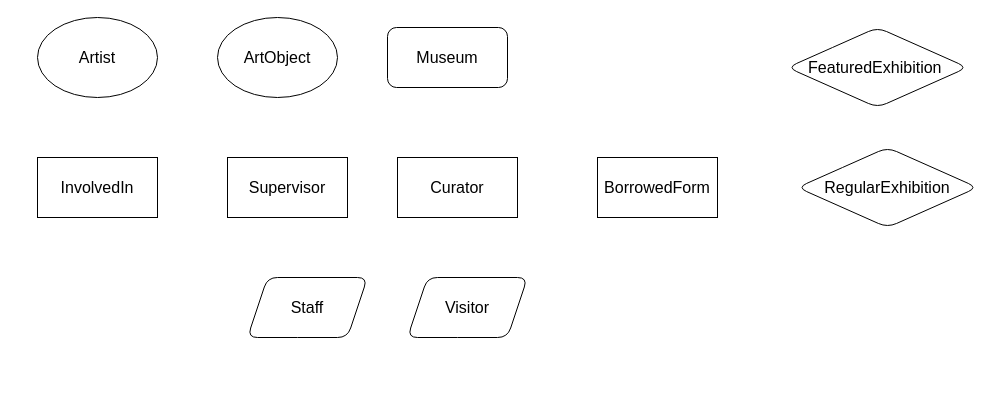
The draw.io diagram 未命名绘图.drawio in QingyangZeng-121/Football_assignment, before the edit. Source tidied: cells renumbered, new cells numbered last; positions are measured from the earlier drawing's top-left corner, leaving out a move shared by most shapes. Both pictures are drawn from the tidied source at 100%, with x=0, y=0 at pixel (37, 17).
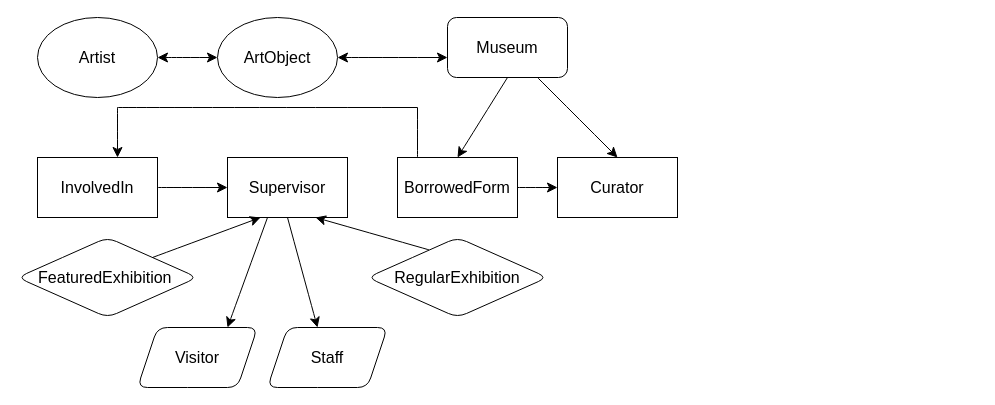
After the change.

Commit message (it also covers changes not shown here):
更新未命名绘图.drawio

Unchanged cells that the change refers to:
```xml
<mxCell id="2" value="Artist" style="ellipse;whiteSpace=wrap;html=1;rounded=1;fontSize=16;" parent="1" vertex="1">
  <mxGeometry width="120" height="80" as="geometry" />
</mxCell>
<mxCell id="7" value="Supervisor" style="rounded=0;whiteSpace=wrap;html=1;fontSize=16;" parent="1" vertex="1">
  <mxGeometry x="190" y="140" width="120" height="60" as="geometry" />
</mxCell>
<mxCell id="8" value="InvolvedIn" style="rounded=0;whiteSpace=wrap;html=1;fontSize=16;" parent="1" vertex="1">
  <mxGeometry y="140" width="120" height="60" as="geometry" />
</mxCell>
<mxCell id="12" value="ArtObject" style="ellipse;whiteSpace=wrap;html=1;rounded=1;fontSize=16;" parent="1" vertex="1">
  <mxGeometry x="180" width="120" height="80" as="geometry" />
</mxCell>
```

Change to the diagram source:
```diff
@@
     <mxCell id="3" value="Museum" style="rounded=1;whiteSpace=wrap;html=1;fontSize=16;" parent="1" vertex="1">
-      <mxGeometry x="350" y="10" width="120" height="60" as="geometry" />
+      <mxGeometry x="410" width="120" height="60" as="geometry" />
     </mxCell>
     <mxCell id="4" value="FeaturedExhibition&amp;nbsp;" style="rhombus;whiteSpace=wrap;html=1;rounded=1;fontSize=16;" parent="1" vertex="1">
-      <mxGeometry x="750" y="10" width="180" height="80" as="geometry" />
+      <mxGeometry x="-20" y="220" width="180" height="80" as="geometry" />
     </mxCell>
     <mxCell id="5" value="RegularExhibition" style="rhombus;whiteSpace=wrap;html=1;rounded=1;fontSize=16;" parent="1" vertex="1">
-      <mxGeometry x="760" y="130" width="180" height="80" as="geometry" />
+      <mxGeometry x="330" y="220" width="180" height="80" as="geometry" />
     </mxCell>
     <mxCell id="6" value="Curator" style="rounded=0;whiteSpace=wrap;html=1;fontSize=16;" parent="1" vertex="1">
-      <mxGeometry x="360" y="140" width="120" height="60" as="geometry" />
+      <mxGeometry x="520" y="140" width="120" height="60" as="geometry" />
     </mxCell>
@@
     <mxCell id="9" value="Staff" style="shape=parallelogram;perimeter=parallelogramPerimeter;whiteSpace=wrap;html=1;fixedSize=1;rounded=1;fontSize=16;" parent="1" vertex="1">
-      <mxGeometry x="210" y="260" width="120" height="60" as="geometry" />
+      <mxGeometry x="230" y="310" width="120" height="60" as="geometry" />
     </mxCell>
     <mxCell id="10" value="Visitor" style="shape=parallelogram;perimeter=parallelogramPerimeter;whiteSpace=wrap;html=1;fixedSize=1;rounded=1;fontSize=16;" parent="1" vertex="1">
-      <mxGeometry x="370" y="260" width="120" height="60" as="geometry" />
+      <mxGeometry x="100" y="310" width="120" height="60" as="geometry" />
     </mxCell>
     <mxCell id="11" value="BorrowedForm" style="rounded=0;whiteSpace=wrap;html=1;fontSize=16;" parent="1" vertex="1">
-      <mxGeometry x="560" y="140" width="120" height="60" as="geometry" />
+      <mxGeometry x="360" y="140" width="120" height="60" as="geometry" />
     </mxCell>
@@
+    <mxCell id="13" style="endArrow=classic;startArrow=classic;html=1;rounded=1;fontSize=12;startSize=8;endSize=8;curved=1;entryX=0;entryY=0.5;entryDx=0;entryDy=0;exitX=1;exitY=0.5;exitDx=0;exitDy=0;" parent="1" edge="1" source="2" target="12">
+      <mxGeometry relative="1" as="geometry" />
+    </mxCell>
+    <mxCell id="14" style="endArrow=classic;html=1;rounded=1;fontSize=12;startSize=8;endSize=8;curved=1;entryX=0.5;entryY=0;entryDx=0;entryDy=0;exitX=0.75;exitY=1;exitDx=0;exitDy=0;" parent="1" edge="1" source="3" target="6">
+      <mxGeometry relative="1" as="geometry" />
+    </mxCell>
+    <mxCell id="15" style="endArrow=none;html=1;rounded=1;fontSize=12;startSize=8;endSize=8;curved=1;exitX=0.5;exitY=0;exitDx=0;exitDy=0;endFill=0;startArrow=classic;startFill=1;entryX=0.5;entryY=1;entryDx=0;entryDy=0;" parent="1" edge="1" source="11" target="3">
+      <mxGeometry relative="1" as="geometry" />
+    </mxCell>
+    <mxCell id="16" style="endArrow=classic;startArrow=classic;html=1;rounded=1;fontSize=12;startSize=8;endSize=8;curved=1;exitX=1;exitY=0.5;exitDx=0;exitDy=0;" parent="1" edge="1" source="12">
+      <mxGeometry relative="1" as="geometry">
+        <mxPoint x="410" y="40" as="targetPoint" />
+      </mxGeometry>
+    </mxCell>
+    <mxCell id="17" style="endArrow=classic;html=1;rounded=1;fontSize=12;startSize=8;endSize=8;curved=1;" parent="1" edge="1" source="8">
+      <mxGeometry relative="1" as="geometry">
+        <mxPoint x="190" y="170" as="targetPoint" />
+      </mxGeometry>
+    </mxCell>
+    <mxCell id="18" style="endArrow=classic;html=1;rounded=1;fontSize=12;startSize=8;endSize=8;curved=1;exitX=1;exitY=0.5;exitDx=0;exitDy=0;" parent="1" edge="1" source="11">
+      <mxGeometry relative="1" as="geometry">
+        <mxPoint x="520" y="170" as="targetPoint" />
+      </mxGeometry>
+    </mxCell>
+    <mxCell id="19" style="endArrow=classic;html=1;rounded=1;fontSize=12;startSize=8;endSize=8;curved=1;exitX=1;exitY=0;exitDx=0;exitDy=0;" parent="1" edge="1" source="4">
+      <mxGeometry relative="1" as="geometry">
+        <mxPoint x="223" y="200" as="targetPoint" />
+      </mxGeometry>
+    </mxCell>
+    <mxCell id="20" style="endArrow=classic;html=1;rounded=1;fontSize=12;startSize=8;endSize=8;curved=1;exitX=0.341;exitY=0.154;exitDx=0;exitDy=0;exitPerimeter=0;" parent="1" edge="1" source="5">
+      <mxGeometry relative="1" as="geometry">
+        <mxPoint x="278" y="200" as="targetPoint" />
+      </mxGeometry>
+    </mxCell>
+    <mxCell id="21" style="endArrow=none;html=1;rounded=1;fontSize=12;startSize=8;endSize=8;curved=1;entryX=0.5;entryY=1;entryDx=0;entryDy=0;startArrow=classic;startFill=1;endFill=0;" parent="1" edge="1">
+      <mxGeometry relative="1" as="geometry">
+        <mxPoint x="190" y="310" as="sourcePoint" />
+        <mxPoint x="230" y="200" as="targetPoint" />
+      </mxGeometry>
+    </mxCell>
+    <mxCell id="22" style="endArrow=none;html=1;rounded=1;fontSize=12;startSize=8;endSize=8;curved=1;entryX=0.5;entryY=1;entryDx=0;entryDy=0;startArrow=classic;startFill=1;endFill=0;" parent="1" edge="1" target="7">
+      <mxGeometry relative="1" as="geometry">
+        <mxPoint x="280" y="310" as="sourcePoint" />
+      </mxGeometry>
+    </mxCell>
+    <mxCell id="23" style="endArrow=none;html=1;rounded=1;fontSize=12;startSize=8;endSize=8;curved=1;" parent="1" edge="1">
+      <mxGeometry relative="1" as="geometry">
+        <mxPoint x="380" y="140" as="sourcePoint" />
+        <mxPoint x="380" y="90" as="targetPoint" />
+      </mxGeometry>
+    </mxCell>
+    <mxCell id="24" style="endArrow=classic;html=1;rounded=1;fontSize=12;startSize=8;endSize=8;curved=1;" parent="1" edge="1">
+      <mxGeometry relative="1" as="geometry">
+        <mxPoint x="80" y="90" as="sourcePoint" />
+        <mxPoint x="80" y="140" as="targetPoint" />
+      </mxGeometry>
+    </mxCell>
+    <mxCell id="25" style="endArrow=none;html=1;rounded=1;fontSize=12;startSize=8;endSize=8;curved=1;" parent="1" edge="1">
+      <mxGeometry relative="1" as="geometry">
+        <mxPoint x="80" y="90" as="sourcePoint" />
+        <mxPoint x="380" y="90" as="targetPoint" />
+      </mxGeometry>
+    </mxCell>
```
